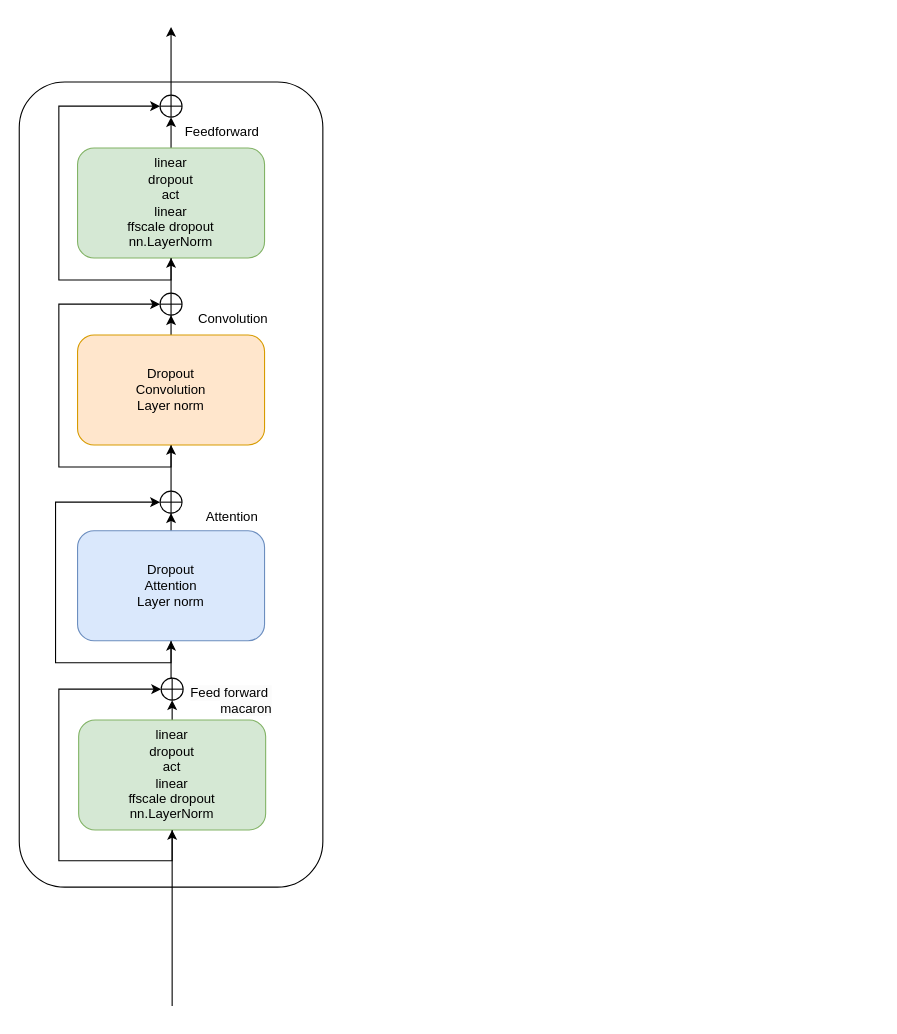
The draw.io diagram page "Page-1" (1 of 3) of Conformer.drawio in lcoppieters/wenet, before the edit. Source tidied: cells renumbered, new cells numbered last; positions are measured from the earlier drawing's top-left corner, leaving out a move shared by most shapes. Both pictures are drawn from the tidied source at 110%, with x=0, y=0 at pixel (19, 26).
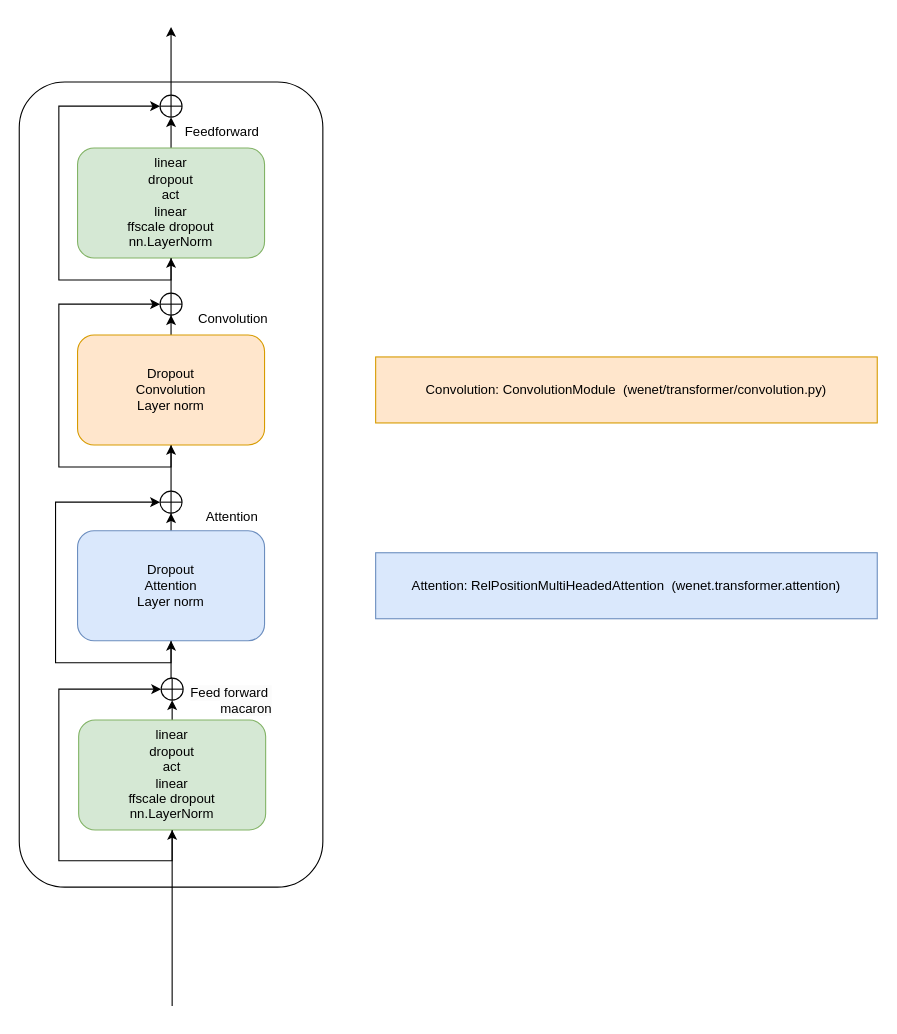
The same page after the edit.

Diff of the diagram source:
```diff
@@
+    <mxCell id="29" value="&lt;font style=&quot;font-size: 12px;&quot; face=&quot;Helvetica&quot;&gt;Attention:&amp;nbsp;RelPositionMultiHeadedAttention &amp;nbsp;(wenet&lt;span style=&quot;text-align: start;&quot;&gt;.&lt;/span&gt;&lt;span style=&quot;text-align: start;&quot;&gt;transformer&lt;/span&gt;&lt;span style=&quot;text-align: start; caret-color: rgb(204, 204, 204);&quot;&gt;.&lt;/span&gt;&lt;span style=&quot;text-align: start;&quot;&gt;attention)&lt;/span&gt;&lt;/font&gt;" style="whiteSpace=wrap;html=1;fillColor=#dae8fc;strokeColor=#6c8ebf;" parent="1" vertex="1">
+      <mxGeometry x="324" y="478" width="456" height="60" as="geometry" />
+    </mxCell>
+    <mxCell id="30" value="&lt;font style=&quot;font-size: 12px;&quot; face=&quot;Helvetica&quot;&gt;Convolution:&amp;nbsp;&lt;/font&gt;ConvolutionModule&lt;font face=&quot;Helvetica&quot;&gt;&amp;nbsp; (&lt;/font&gt;wenet/transformer/convolution.py&lt;font face=&quot;Helvetica&quot;&gt;&lt;span style=&quot;text-align: start;&quot;&gt;)&lt;/span&gt;&lt;/font&gt;" style="whiteSpace=wrap;html=1;fillColor=#ffe6cc;strokeColor=#d79b00;" parent="1" vertex="1">
+      <mxGeometry x="324" y="300" width="456" height="60" as="geometry" />
+    </mxCell>
```
